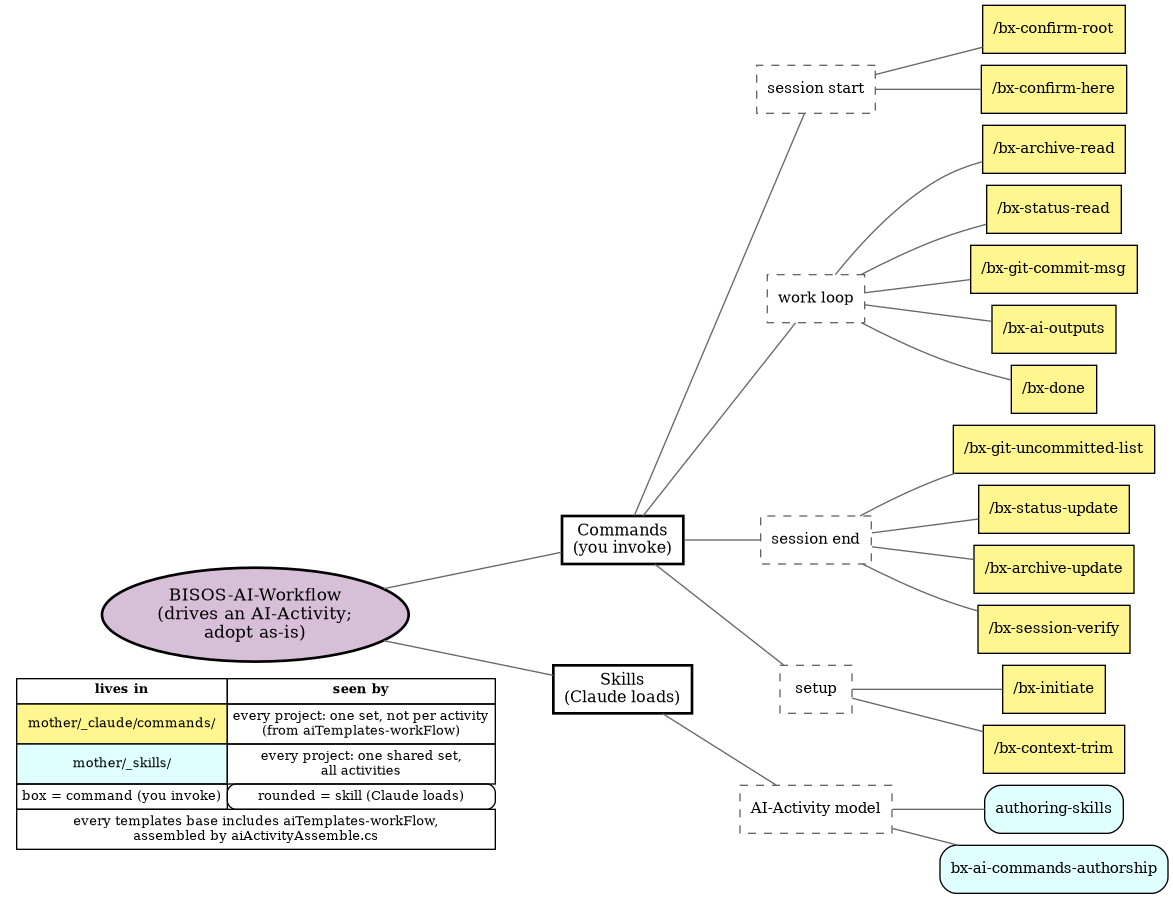
This is py3/images/aiGeneralTree.png from bisos-pip/aiActivity, a Graphviz export, as it was before one commit. Its source is kept beside it as py3/images/aiGeneralTree.gv.
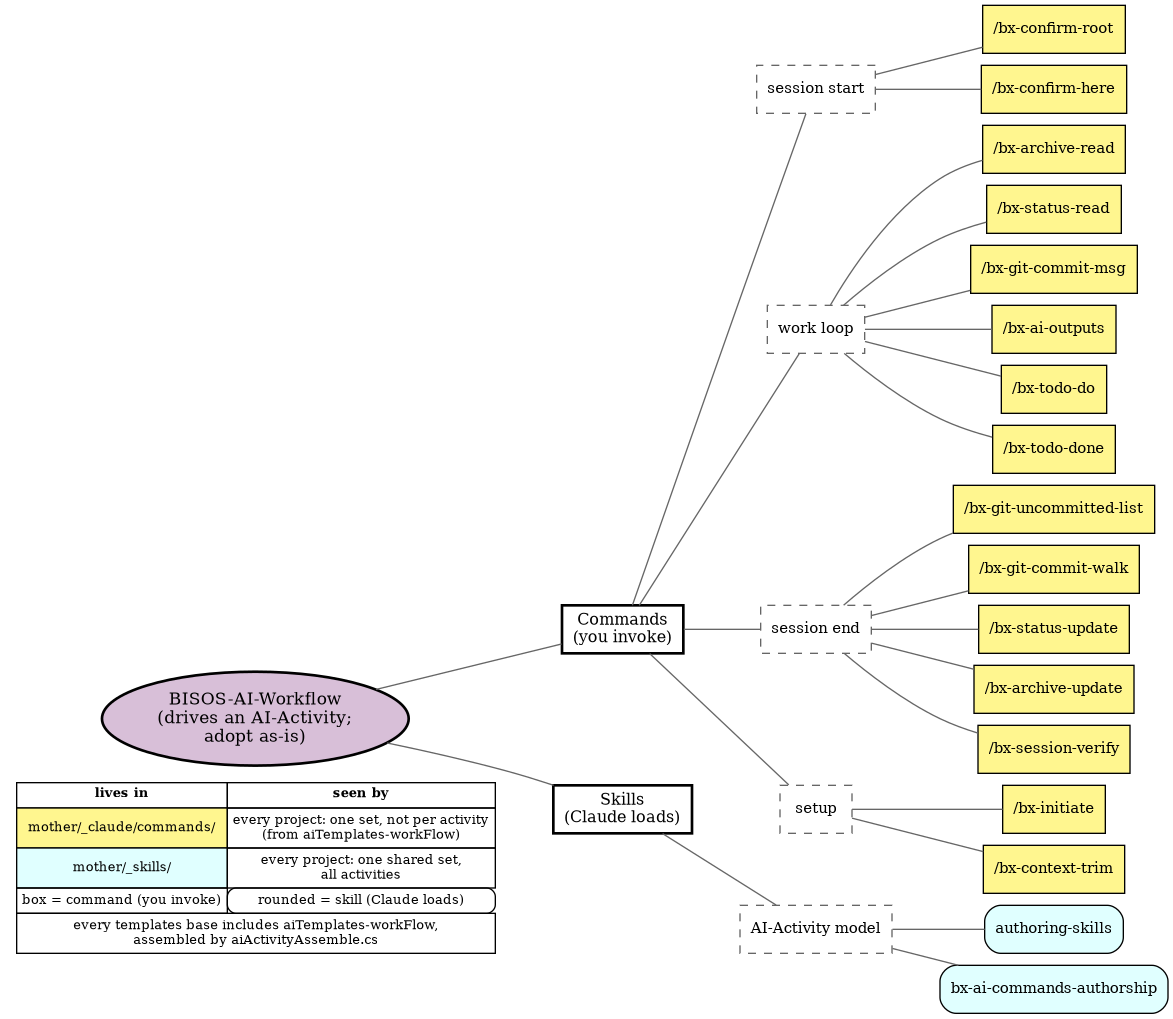
Above is the later version.

Diff of the diagram source:
```diff
@@ -26,12 +26,16 @@
 	cmdLoop -> "/bx-git-commit-msg" [arrowhead=none color=gray40]
 	"/bx-ai-outputs" [label="/bx-ai-outputs" fillcolor=khaki1 shape=box style=filled]
 	cmdLoop -> "/bx-ai-outputs" [arrowhead=none color=gray40]
-	"/bx-done" [label="/bx-done" fillcolor=khaki1 shape=box style=filled]
-	cmdLoop -> "/bx-done" [arrowhead=none color=gray40]
+	"/bx-todo-do" [label="/bx-todo-do" fillcolor=khaki1 shape=box style=filled]
+	cmdLoop -> "/bx-todo-do" [arrowhead=none color=gray40]
+	"/bx-todo-done" [label="/bx-todo-done" fillcolor=khaki1 shape=box style=filled]
+	cmdLoop -> "/bx-todo-done" [arrowhead=none color=gray40]
 	cmdEnd [label="session end" color=gray40 fontsize=11 shape=box style=dashed]
 	commands -> cmdEnd [arrowhead=none color=gray40]
 	"/bx-git-uncommitted-list" [label="/bx-git-uncommitted-list" fillcolor=khaki1 shape=box style=filled]
 	cmdEnd -> "/bx-git-uncommitted-list" [arrowhead=none color=gray40]
+	"/bx-git-commit-walk" [label="/bx-git-commit-walk" fillcolor=khaki1 shape=box style=filled]
+	cmdEnd -> "/bx-git-commit-walk" [arrowhead=none color=gray40]
 	"/bx-status-update" [label="/bx-status-update" fillcolor=khaki1 shape=box style=filled]
 	cmdEnd -> "/bx-status-update" [arrowhead=none color=gray40]
 	"/bx-archive-update" [label="/bx-archive-update" fillcolor=khaki1 shape=box style=filled]
```
